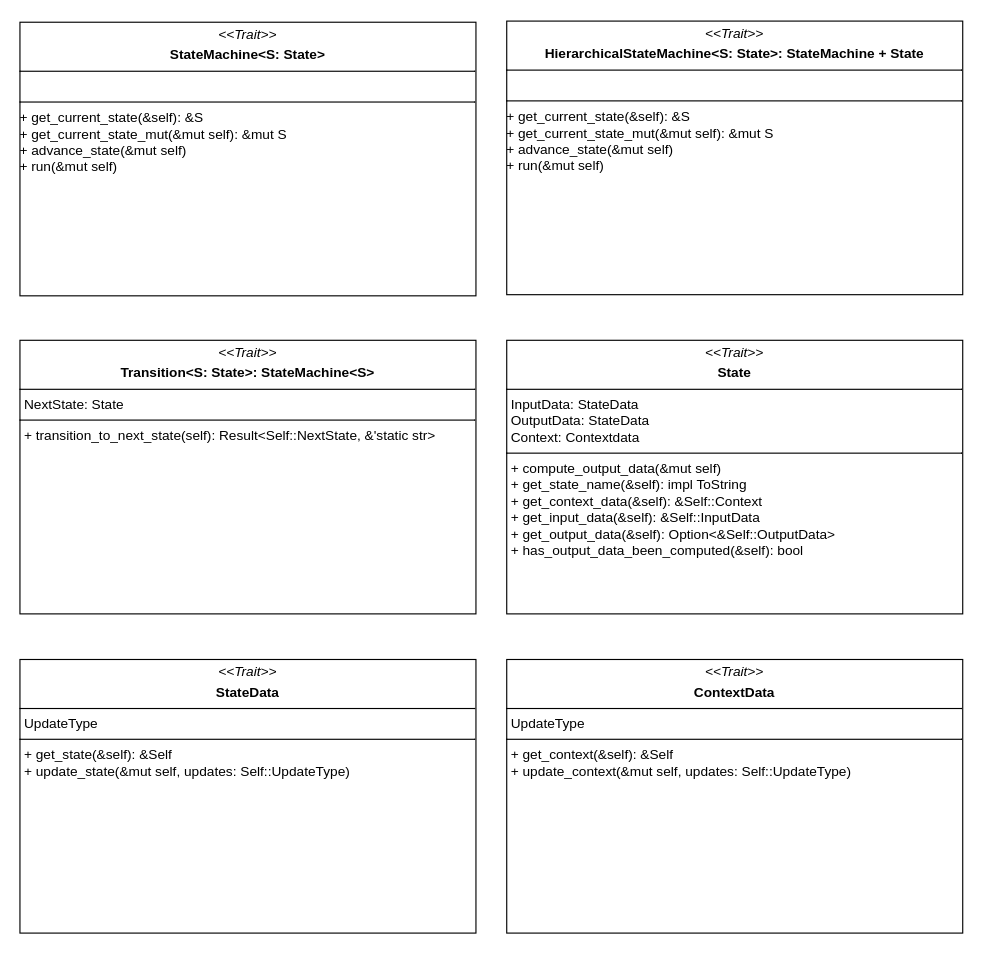
DeCa09/state_machine keeps this draw.io diagram as design/uml_class_diagram/state_machine.drawio. Above is the earlier version. Source tidied: cells renumbered, new cells numbered last; positions are measured from the earlier drawing's top-left corner, leaving out a move shared by most shapes. Both pictures are drawn from the tidied source at 114%, with x=0, y=0 at pixel (19, 21).
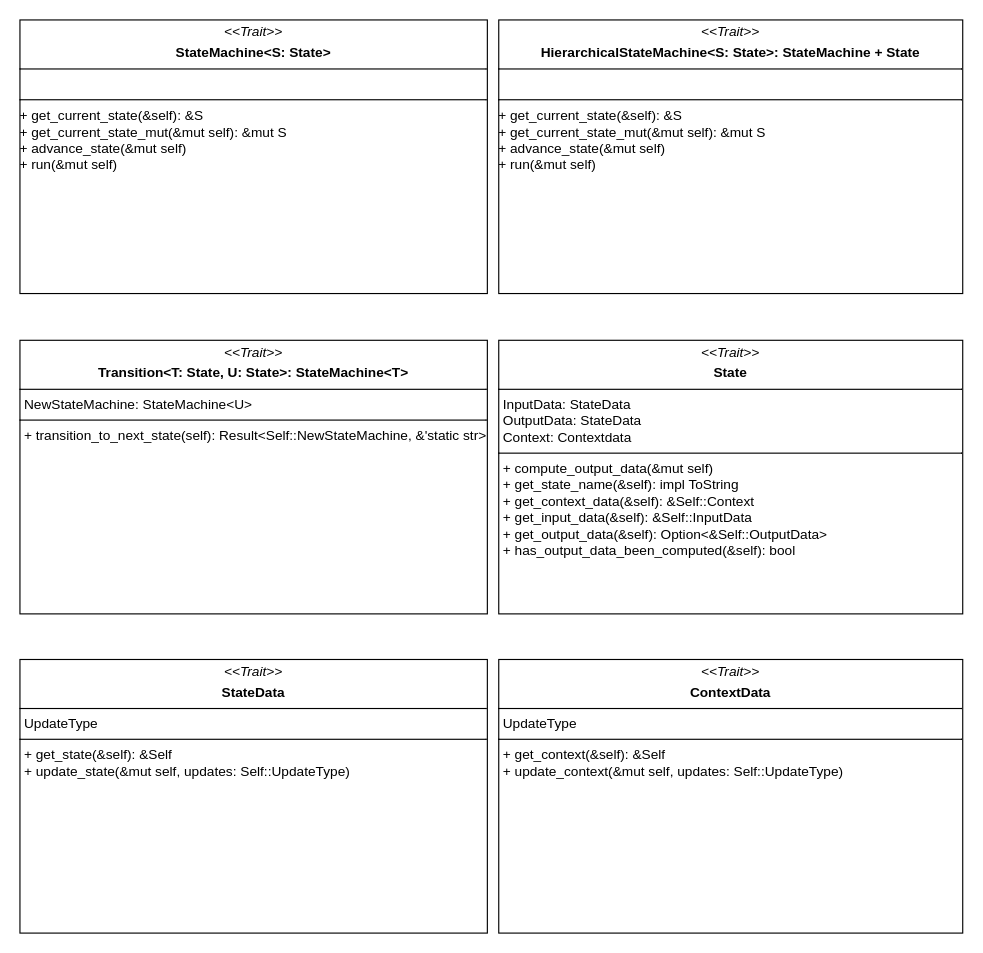
Above is the later version.

Commit message (it also covers changes not shown here):
design: updated design documents

Diff of the diagram source:
```diff
@@
 <mxGraphModel>
   <root>
     <mxCell id="0" />
     <mxCell id="1" parent="0" />
     <mxCell id="2" value="&lt;p style=&quot;margin:0px;margin-top:4px;text-align:center;&quot;&gt;&lt;i&gt;&amp;lt;&amp;lt;Trait&amp;gt;&amp;gt;&lt;/i&gt;&lt;/p&gt;&lt;p style=&quot;margin:0px;margin-top:4px;text-align:center;&quot;&gt;&lt;b&gt;State&lt;/b&gt;&lt;br&gt;&lt;/p&gt;&lt;hr size=&quot;1&quot; style=&quot;border-style:solid;&quot;&gt;&lt;p style=&quot;margin:0px;margin-left:4px;&quot;&gt;InputData: StateData&lt;br&gt;OutputData: StateData&lt;/p&gt;&lt;p style=&quot;margin:0px;margin-left:4px;&quot;&gt;Context: Contextdata&lt;br&gt;&lt;/p&gt;&lt;hr size=&quot;1&quot; style=&quot;border-style:solid;&quot;&gt;&lt;p style=&quot;margin:0px;margin-left:4px;&quot;&gt;+ compute_output_data(&amp;amp;mut self)&lt;/p&gt;&lt;p style=&quot;margin:0px;margin-left:4px;&quot;&gt;+ get_state_name(&amp;amp;self): impl ToString&lt;br&gt;&lt;/p&gt;&lt;p style=&quot;margin:0px;margin-left:4px;&quot;&gt;+ get_context_data(&amp;amp;self): &amp;amp;Self::Context&lt;/p&gt;&lt;p style=&quot;margin:0px;margin-left:4px;&quot;&gt;+ get_input_data(&amp;amp;self): &amp;amp;Self::InputData&lt;/p&gt;&lt;p style=&quot;margin:0px;margin-left:4px;&quot;&gt;+ get_output_data(&amp;amp;self): Option&amp;lt;&amp;amp;Self::OutputData&amp;gt;&lt;/p&gt;&lt;p style=&quot;margin:0px;margin-left:4px;&quot;&gt;+ has_output_data_been_computed(&amp;amp;self): bool&lt;/p&gt;&lt;p style=&quot;margin:0px;margin-left:4px;&quot;&gt;&lt;/p&gt;&lt;p style=&quot;margin:0px;margin-left:4px;&quot;&gt;&lt;/p&gt;&lt;p style=&quot;margin:0px;margin-left:4px;&quot;&gt;&lt;/p&gt;" style="verticalAlign=top;align=left;overflow=fill;html=1;whiteSpace=wrap;" parent="1" vertex="1">
-      <mxGeometry x="427" y="280" width="400" height="240" as="geometry" />
+      <mxGeometry x="420" y="280" width="407" height="240" as="geometry" />
     </mxCell>
     <mxCell id="3" value="&lt;p style=&quot;margin:0px;margin-top:4px;text-align:center;&quot;&gt;&lt;i&gt;&amp;lt;&amp;lt;Trait&amp;gt;&amp;gt;&lt;/i&gt;&lt;/p&gt;&lt;p style=&quot;margin:0px;margin-top:4px;text-align:center;&quot;&gt;&lt;b&gt;ContextData&lt;/b&gt;&lt;br&gt;&lt;/p&gt;&lt;hr size=&quot;1&quot; style=&quot;border-style:solid;&quot;&gt;&lt;p style=&quot;margin:0px;margin-left:4px;&quot;&gt;UpdateType&lt;br&gt;&lt;/p&gt;&lt;hr size=&quot;1&quot; style=&quot;border-style:solid;&quot;&gt;&lt;p style=&quot;margin:0px;margin-left:4px;&quot;&gt;+ get_context(&amp;amp;self): &amp;amp;Self&lt;br&gt;&lt;/p&gt;&lt;p style=&quot;margin:0px;margin-left:4px;&quot;&gt;+ update_context(&amp;amp;mut self, updates: Self::UpdateType)&lt;/p&gt;&lt;p style=&quot;margin:0px;margin-left:4px;&quot;&gt;&lt;br&gt;&lt;/p&gt;&lt;p style=&quot;margin:0px;margin-left:4px;&quot;&gt;&lt;/p&gt;&lt;p style=&quot;margin:0px;margin-left:4px;&quot;&gt;&lt;/p&gt;&lt;p style=&quot;margin:0px;margin-left:4px;&quot;&gt;&lt;/p&gt;" style="verticalAlign=top;align=left;overflow=fill;html=1;whiteSpace=wrap;" parent="1" vertex="1">
-      <mxGeometry x="427" y="560" width="400" height="240" as="geometry" />
+      <mxGeometry x="420" y="560" width="407" height="240" as="geometry" />
     </mxCell>
     <mxCell id="4" value="&lt;p style=&quot;margin:0px;margin-top:4px;text-align:center;&quot;&gt;&lt;i&gt;&amp;lt;&amp;lt;Trait&amp;gt;&amp;gt;&lt;/i&gt;&lt;/p&gt;&lt;p style=&quot;margin:0px;margin-top:4px;text-align:center;&quot;&gt;&lt;b&gt;StateData&lt;/b&gt;&lt;br&gt;&lt;/p&gt;&lt;hr size=&quot;1&quot; style=&quot;border-style:solid;&quot;&gt;&lt;p style=&quot;margin:0px;margin-left:4px;&quot;&gt;UpdateType&lt;br&gt;&lt;/p&gt;&lt;hr size=&quot;1&quot; style=&quot;border-style:solid;&quot;&gt;&lt;p style=&quot;margin:0px;margin-left:4px;&quot;&gt;+ get_state(&amp;amp;self): &amp;amp;Self&lt;br&gt;&lt;/p&gt;&lt;p style=&quot;margin:0px;margin-left:4px;&quot;&gt;+ update_state(&amp;amp;mut self, updates: Self::UpdateType)&lt;/p&gt;&lt;p style=&quot;margin:0px;margin-left:4px;&quot;&gt;&lt;br&gt;&lt;/p&gt;&lt;p style=&quot;margin:0px;margin-left:4px;&quot;&gt;&lt;/p&gt;&lt;p style=&quot;margin:0px;margin-left:4px;&quot;&gt;&lt;/p&gt;&lt;p style=&quot;margin:0px;margin-left:4px;&quot;&gt;&lt;/p&gt;" style="verticalAlign=top;align=left;overflow=fill;html=1;whiteSpace=wrap;" parent="1" vertex="1">
-      <mxGeometry y="560" width="400" height="240" as="geometry" />
+      <mxGeometry y="560" width="410" height="240" as="geometry" />
     </mxCell>
     <mxCell id="5" value="&lt;p style=&quot;margin:0px;margin-top:4px;text-align:center;&quot;&gt;&lt;i&gt;&amp;lt;&amp;lt;Trait&amp;gt;&amp;gt;&lt;/i&gt;&lt;/p&gt;&lt;p style=&quot;margin:0px;margin-top:4px;text-align:center;&quot;&gt;&lt;b&gt;StateMachine&amp;lt;S: State&amp;gt;&lt;/b&gt;&lt;br&gt;&lt;/p&gt;&lt;hr size=&quot;1&quot; style=&quot;border-style:solid;&quot;&gt;&lt;br&gt;&lt;hr size=&quot;1&quot; style=&quot;border-style:solid;&quot;&gt;&lt;div&gt;+ get_current_state(&amp;amp;self): &amp;amp;S&lt;/div&gt;&lt;div&gt;+ get_current_state_mut(&amp;amp;mut self): &amp;amp;mut S&lt;br&gt;&lt;/div&gt;&lt;div&gt;+ advance_state(&amp;amp;mut self)&lt;/div&gt;&lt;div&gt;+ run(&amp;amp;mut self)&lt;/div&gt;&lt;p style=&quot;margin:0px;margin-left:4px;&quot;&gt;&lt;/p&gt;&lt;p style=&quot;margin:0px;margin-left:4px;&quot;&gt;&lt;/p&gt;&lt;p style=&quot;margin:0px;margin-left:4px;&quot;&gt;&lt;/p&gt;" style="verticalAlign=top;align=left;overflow=fill;html=1;whiteSpace=wrap;" parent="1" vertex="1">
-      <mxGeometry y="1" width="400" height="240" as="geometry" />
+      <mxGeometry y="-1" width="410" height="240" as="geometry" />
     </mxCell>
-    <mxCell id="6" value="&lt;p style=&quot;margin:0px;margin-top:4px;text-align:center;&quot;&gt;&lt;i&gt;&amp;lt;&amp;lt;Trait&amp;gt;&amp;gt;&lt;/i&gt;&lt;/p&gt;&lt;p style=&quot;margin:0px;margin-top:4px;text-align:center;&quot;&gt;&lt;b&gt;Transition&amp;lt;S: State&amp;gt;: StateMachine&amp;lt;S&amp;gt;&lt;/b&gt;&lt;br&gt;&lt;/p&gt;&lt;hr size=&quot;1&quot; style=&quot;border-style:solid;&quot;&gt;&lt;p style=&quot;margin:0px;margin-left:4px;&quot;&gt;NextState: State&lt;/p&gt;&lt;hr size=&quot;1&quot; style=&quot;border-style:solid;&quot;&gt;&lt;p style=&quot;margin:0px;margin-left:4px;&quot;&gt;+ transition_to_next_state(self): Result&amp;lt;Self::NextState, &amp;amp;'static str&amp;gt;&lt;br&gt;&lt;/p&gt;&lt;p style=&quot;margin:0px;margin-left:4px;&quot;&gt;&lt;/p&gt;&lt;p style=&quot;margin:0px;margin-left:4px;&quot;&gt;&lt;/p&gt;&lt;p style=&quot;margin:0px;margin-left:4px;&quot;&gt;&lt;/p&gt;" style="verticalAlign=top;align=left;overflow=fill;html=1;whiteSpace=wrap;" parent="1" vertex="1">
-      <mxGeometry y="280" width="400" height="240" as="geometry" />
+    <mxCell id="6" value="&lt;p style=&quot;margin:0px;margin-top:4px;text-align:center;&quot;&gt;&lt;i&gt;&amp;lt;&amp;lt;Trait&amp;gt;&amp;gt;&lt;/i&gt;&lt;/p&gt;&lt;p style=&quot;margin:0px;margin-top:4px;text-align:center;&quot;&gt;&lt;b&gt;Transition&amp;lt;T: State, U: State&amp;gt;: StateMachine&amp;lt;T&amp;gt;&lt;/b&gt;&lt;br&gt;&lt;/p&gt;&lt;hr size=&quot;1&quot; style=&quot;border-style:solid;&quot;&gt;&lt;p style=&quot;margin:0px;margin-left:4px;&quot;&gt;NewStateMachine: StateMachine&amp;lt;U&amp;gt;&lt;br&gt;&lt;/p&gt;&lt;hr size=&quot;1&quot; style=&quot;border-style:solid;&quot;&gt;&lt;p style=&quot;margin:0px;margin-left:4px;&quot;&gt;+ transition_to_next_state(self): Result&amp;lt;Self::NewStateMachine, &amp;amp;'static str&amp;gt;&lt;br&gt;&lt;/p&gt;&lt;p style=&quot;margin:0px;margin-left:4px;&quot;&gt;&lt;/p&gt;&lt;p style=&quot;margin:0px;margin-left:4px;&quot;&gt;&lt;/p&gt;&lt;p style=&quot;margin:0px;margin-left:4px;&quot;&gt;&lt;/p&gt;" style="verticalAlign=top;align=left;overflow=fill;html=1;whiteSpace=wrap;" parent="1" vertex="1">
+      <mxGeometry y="280" width="410" height="240" as="geometry" />
     </mxCell>
     <mxCell id="7" value="&lt;p style=&quot;margin:0px;margin-top:4px;text-align:center;&quot;&gt;&lt;i&gt;&amp;lt;&amp;lt;Trait&amp;gt;&amp;gt;&lt;/i&gt;&lt;/p&gt;&lt;p style=&quot;margin:0px;margin-top:4px;text-align:center;&quot;&gt;&lt;b&gt;HierarchicalStateMachine&amp;lt;S: State&amp;gt;: StateMachine + State&lt;/b&gt;&lt;br&gt;&lt;/p&gt;&lt;hr size=&quot;1&quot; style=&quot;border-style:solid;&quot;&gt;&lt;br&gt;&lt;hr size=&quot;1&quot; style=&quot;border-style:solid;&quot;&gt;&lt;div&gt;+ get_current_state(&amp;amp;self): &amp;amp;S&lt;/div&gt;&lt;div&gt;+ get_current_state_mut(&amp;amp;mut self): &amp;amp;mut S&lt;/div&gt;&lt;div&gt;+ advance_state(&amp;amp;mut self)&lt;/div&gt;&lt;div&gt;+ run(&amp;amp;mut self)&lt;/div&gt;&lt;p style=&quot;margin:0px;margin-left:4px;&quot;&gt;&lt;/p&gt;&lt;p style=&quot;margin:0px;margin-left:4px;&quot;&gt;&lt;/p&gt;&lt;p style=&quot;margin:0px;margin-left:4px;&quot;&gt;&lt;/p&gt;" style="verticalAlign=top;align=left;overflow=fill;html=1;whiteSpace=wrap;" parent="1" vertex="1">
-      <mxGeometry x="427" width="400" height="240" as="geometry" />
+      <mxGeometry x="420" y="-1" width="407" height="240" as="geometry" />
     </mxCell>
   </root>
 </mxGraphModel>
```
